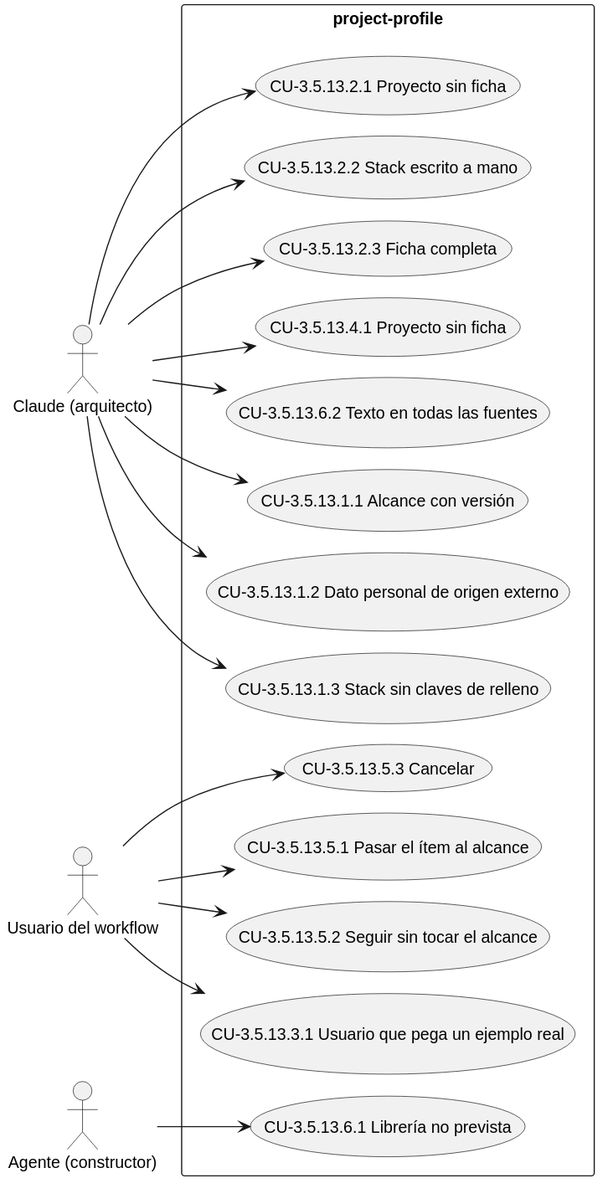
This is docs/diagramas/CAP-3.5.13.svg from Lautaro-Montecchiani/sdd-global-config, a PlantUML export, as it was before one commit. Its diagram source:
```plantuml
@startuml
!pragma layout smetana
left to right direction
actor "Claude (arquitecto)" as A1
actor "Usuario del workflow" as A2
actor "Agente (constructor)" as A3
rectangle "project-profile" {
  usecase "CU-3.5.13.1.1 Alcance con versión" as UC_3_5_13_1_1
  usecase "CU-3.5.13.1.2 Dato personal de origen externo" as UC_3_5_13_1_2
  usecase "CU-3.5.13.1.3 Stack sin claves de relleno" as UC_3_5_13_1_3
  usecase "CU-3.5.13.2.1 Proyecto sin ficha" as UC_3_5_13_2_1
  usecase "CU-3.5.13.2.2 Stack escrito a mano" as UC_3_5_13_2_2
  usecase "CU-3.5.13.2.3 Ficha completa" as UC_3_5_13_2_3
  usecase "CU-3.5.13.3.1 Usuario que pega un ejemplo real" as UC_3_5_13_3_1
  usecase "CU-3.5.13.4.1 Proyecto sin ficha" as UC_3_5_13_4_1
  usecase "CU-3.5.13.5.1 Pasar el ítem al alcance" as UC_3_5_13_5_1
  usecase "CU-3.5.13.5.2 Seguir sin tocar el alcance" as UC_3_5_13_5_2
  usecase "CU-3.5.13.5.3 Cancelar" as UC_3_5_13_5_3
  usecase "CU-3.5.13.6.1 Librería no prevista" as UC_3_5_13_6_1
  usecase "CU-3.5.13.6.2 Texto en todas las fuentes" as UC_3_5_13_6_2
}
A1 --> UC_3_5_13_1_1
A1 --> UC_3_5_13_1_2
A1 --> UC_3_5_13_1_3
A1 --> UC_3_5_13_2_1
A1 --> UC_3_5_13_2_2
A1 --> UC_3_5_13_2_3
A2 --> UC_3_5_13_3_1
A1 --> UC_3_5_13_4_1
A2 --> UC_3_5_13_5_1
A2 --> UC_3_5_13_5_2
A2 --> UC_3_5_13_5_3
A3 --> UC_3_5_13_6_1
A1 --> UC_3_5_13_6_2
@enduml
```
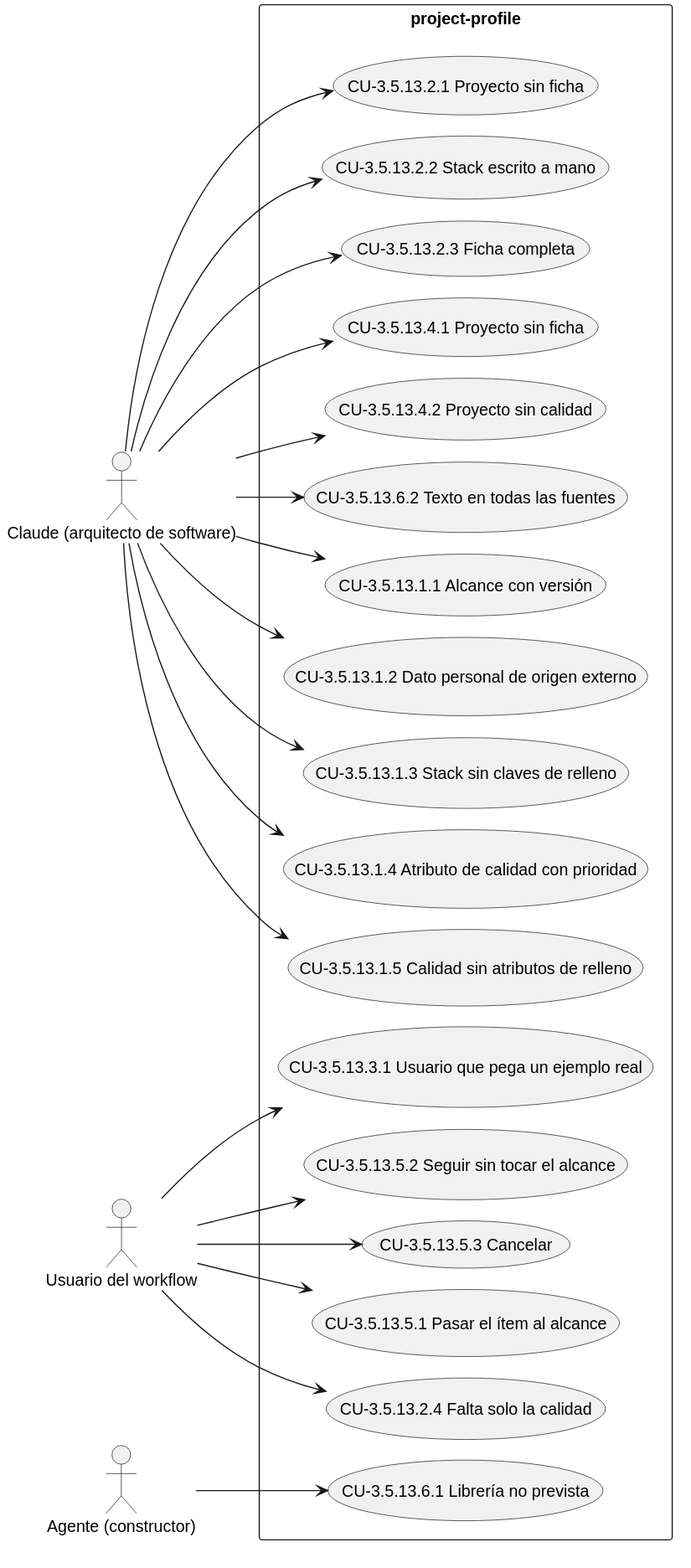
Above is the later version.

What changed in the source:
```diff
@@ -1,18 +1,22 @@
 @startuml
 !pragma layout smetana
 left to right direction
-actor "Claude (arquitecto)" as A1
+actor "Claude (arquitecto de software)" as A1
 actor "Usuario del workflow" as A2
 actor "Agente (constructor)" as A3
 rectangle "project-profile" {
   usecase "CU-3.5.13.1.1 Alcance con versión" as UC_3_5_13_1_1
   usecase "CU-3.5.13.1.2 Dato personal de origen externo" as UC_3_5_13_1_2
   usecase "CU-3.5.13.1.3 Stack sin claves de relleno" as UC_3_5_13_1_3
+  usecase "CU-3.5.13.1.4 Atributo de calidad con prioridad" as UC_3_5_13_1_4
+  usecase "CU-3.5.13.1.5 Calidad sin atributos de relleno" as UC_3_5_13_1_5
   usecase "CU-3.5.13.2.1 Proyecto sin ficha" as UC_3_5_13_2_1
   usecase "CU-3.5.13.2.2 Stack escrito a mano" as UC_3_5_13_2_2
   usecase "CU-3.5.13.2.3 Ficha completa" as UC_3_5_13_2_3
+  usecase "CU-3.5.13.2.4 Falta solo la calidad" as UC_3_5_13_2_4
   usecase "CU-3.5.13.3.1 Usuario que pega un ejemplo real" as UC_3_5_13_3_1
   usecase "CU-3.5.13.4.1 Proyecto sin ficha" as UC_3_5_13_4_1
+  usecase "CU-3.5.13.4.2 Proyecto sin calidad" as UC_3_5_13_4_2
   usecase "CU-3.5.13.5.1 Pasar el ítem al alcance" as UC_3_5_13_5_1
   usecase "CU-3.5.13.5.2 Seguir sin tocar el alcance" as UC_3_5_13_5_2
   usecase "CU-3.5.13.5.3 Cancelar" as UC_3_5_13_5_3
@@ -22,11 +26,15 @@
 A1 --> UC_3_5_13_1_1
 A1 --> UC_3_5_13_1_2
 A1 --> UC_3_5_13_1_3
+A1 --> UC_3_5_13_1_4
+A1 --> UC_3_5_13_1_5
 A1 --> UC_3_5_13_2_1
 A1 --> UC_3_5_13_2_2
 A1 --> UC_3_5_13_2_3
+A2 --> UC_3_5_13_2_4
 A2 --> UC_3_5_13_3_1
 A1 --> UC_3_5_13_4_1
+A1 --> UC_3_5_13_4_2
 A2 --> UC_3_5_13_5_1
 A2 --> UC_3_5_13_5_2
 A2 --> UC_3_5_13_5_3
```
